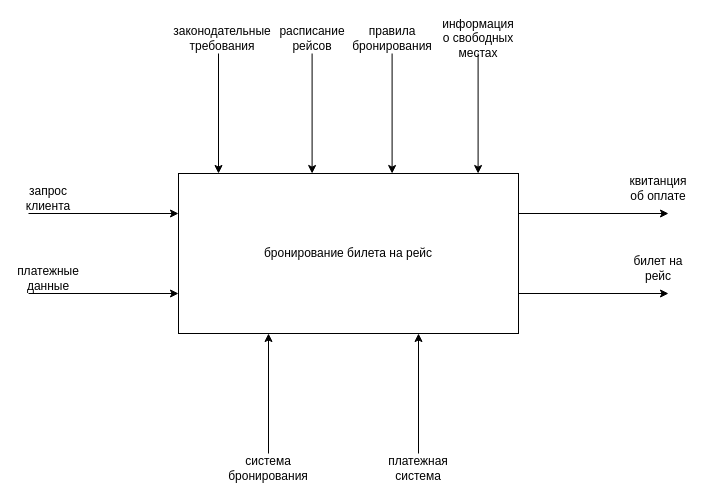
Before: Модель ПО в нотации IDEF0.drawio in Jurwa1/coursework, a draw.io diagram. Source tidied: cells renumbered, new cells numbered last; positions are measured from the earlier drawing's top-left corner, leaving out a move shared by most shapes. Both pictures are drawn from the tidied source at 100%, with x=0, y=0 at pixel (18, 23).
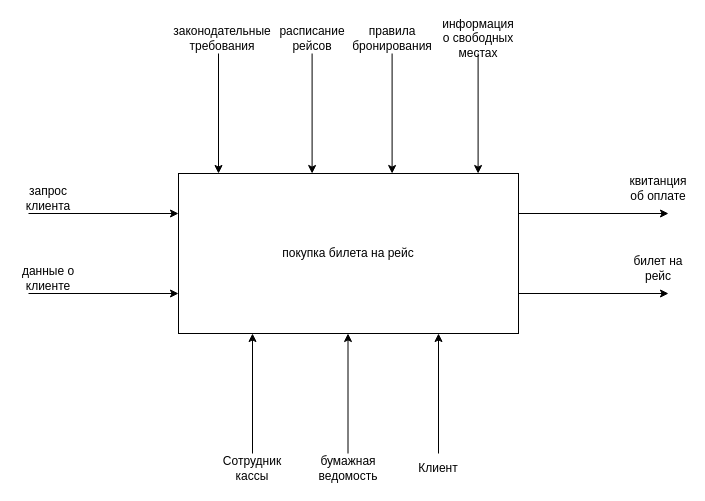
The same diagram, later.

The edit, as a diff of the source:
```diff
@@
-    <mxCell id="2" value="бронирование билета на рейс" style="rounded=0;whiteSpace=wrap;html=1;" parent="1" vertex="1">
+    <mxCell id="2" value="покупка билета на рейс" style="rounded=0;whiteSpace=wrap;html=1;" parent="1" vertex="1">
       <mxGeometry x="160" y="150" width="340" height="160" as="geometry" />
     </mxCell>
@@
-    <mxCell id="6" value="платежные данные" style="text;html=1;whiteSpace=wrap;strokeColor=none;fillColor=none;align=center;verticalAlign=middle;rounded=0;" parent="1" vertex="1">
+    <mxCell id="6" value="данные о клиенте" style="text;html=1;whiteSpace=wrap;strokeColor=none;fillColor=none;align=center;verticalAlign=middle;rounded=0;" parent="1" vertex="1">
       <mxGeometry y="240" width="60" height="30" as="geometry" />
     </mxCell>
@@
     <mxCell id="15" style="endArrow=none;html=1;rounded=0;startArrow=classic;startFill=1;endFill=0;" parent="1" edge="1">
       <mxGeometry relative="1" as="geometry">
-        <mxPoint x="250" y="310" as="sourcePoint" />
-        <mxPoint x="250" y="430" as="targetPoint" />
+        <mxPoint x="234" y="310" as="sourcePoint" />
+        <mxPoint x="234" y="430" as="targetPoint" />
       </mxGeometry>
     </mxCell>
     <mxCell id="16" style="endArrow=none;html=1;rounded=0;startArrow=classic;startFill=1;endFill=0;" parent="1" edge="1">
       <mxGeometry relative="1" as="geometry">
-        <mxPoint x="400" y="310" as="sourcePoint" />
-        <mxPoint x="400" y="430" as="targetPoint" />
+        <mxPoint x="420" y="310" as="sourcePoint" />
+        <mxPoint x="420" y="430" as="targetPoint" />
       </mxGeometry>
     </mxCell>
-    <mxCell id="17" value="система бронирования" style="text;html=1;whiteSpace=wrap;strokeColor=none;fillColor=none;align=center;verticalAlign=middle;rounded=0;" parent="1" vertex="1">
-      <mxGeometry x="220" y="430" width="60" height="30" as="geometry" />
+    <mxCell id="17" value="Сотрудник кассы" style="text;html=1;whiteSpace=wrap;strokeColor=none;fillColor=none;align=center;verticalAlign=middle;rounded=0;" parent="1" vertex="1">
+      <mxGeometry x="204" y="430" width="60" height="30" as="geometry" />
     </mxCell>
-    <mxCell id="18" value="платежная система" style="text;html=1;whiteSpace=wrap;strokeColor=none;fillColor=none;align=center;verticalAlign=middle;rounded=0;" parent="1" vertex="1">
-      <mxGeometry x="370" y="430" width="60" height="30" as="geometry" />
+    <mxCell id="18" value="Клиент" style="text;html=1;whiteSpace=wrap;strokeColor=none;fillColor=none;align=center;verticalAlign=middle;rounded=0;" parent="1" vertex="1">
+      <mxGeometry x="390" y="430" width="60" height="30" as="geometry" />
     </mxCell>
@@
+    <mxCell id="23" style="endArrow=none;html=1;rounded=0;startArrow=classic;startFill=1;endFill=0;" parent="1" edge="1">
+      <mxGeometry relative="1" as="geometry">
+        <mxPoint x="329.5" y="310" as="sourcePoint" />
+        <mxPoint x="329.5" y="430" as="targetPoint" />
+      </mxGeometry>
+    </mxCell>
+    <mxCell id="24" value="бумажная ведомость" style="text;html=1;whiteSpace=wrap;strokeColor=none;fillColor=none;align=center;verticalAlign=middle;rounded=0;" parent="1" vertex="1">
+      <mxGeometry x="300" y="430" width="60" height="30" as="geometry" />
+    </mxCell>
```
